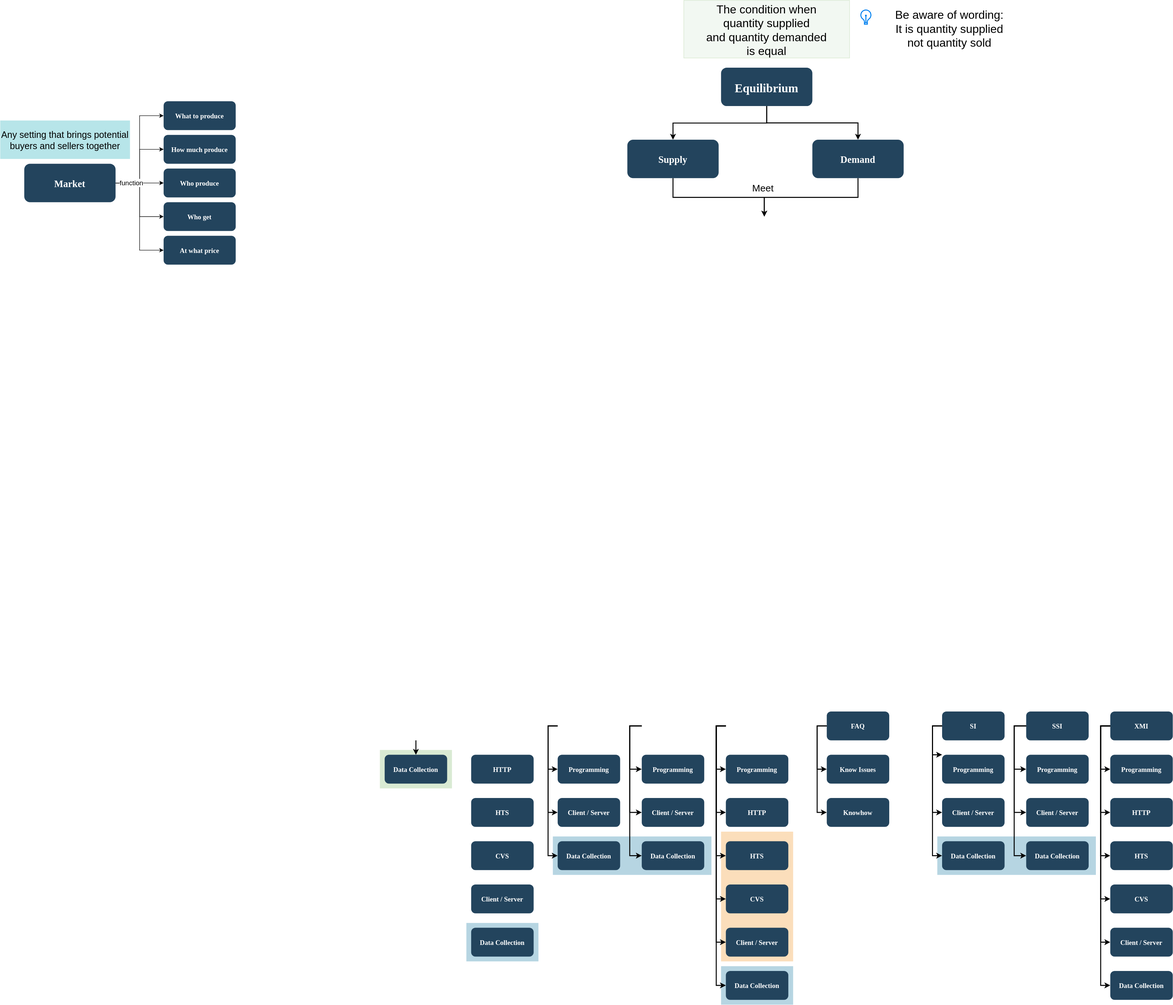
Before: Equilibrium.drawio.svg, a diagram exported from draw.io (Linglei1226/Data_Science). Source tidied: cells renumbered, new cells last; positions are measured from the earlier drawing's top-left corner, leaving out a move shared by most shapes.
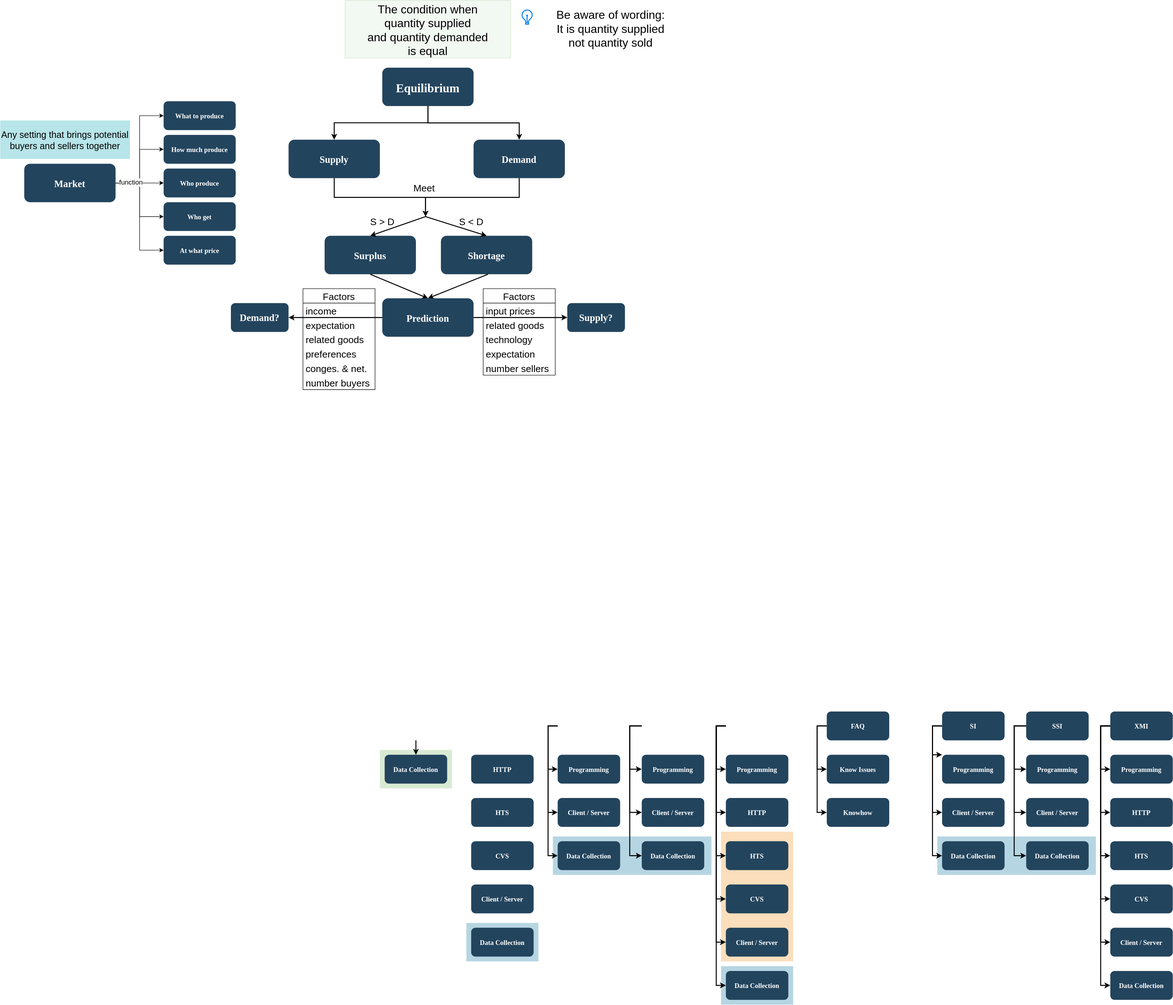
After the commit.

Diff of the diagram source:
```diff
@@ -3,7 +3,7 @@
     <mxCell id="0" />
     <mxCell id="1" parent="0" />
     <mxCell id="2" value="The condition when &#10;quantity supplied&#10;and quantity demanded &#10;is equal" style="fillColor=#d5e8d4;strokeColor=#82b366;opacity=30;fontSize=24;" parent="1" vertex="1">
-      <mxGeometry x="1422.5" width="345" height="120" as="geometry" />
+      <mxGeometry x="717.5" width="345" height="120" as="geometry" />
     </mxCell>
     <mxCell id="3" style="fillColor=#F2931E;strokeColor=none;opacity=30;" parent="1" vertex="1">
       <mxGeometry x="1500" y="1730" width="150" height="270" as="geometry" />
@@ -27,23 +27,23 @@
       <mxGeometry relative="1" as="geometry" />
     </mxCell>
     <mxCell id="10" value="Equilibrium" style="rounded=1;fillColor=#23445D;gradientColor=none;strokeColor=none;fontColor=#FFFFFF;fontStyle=1;fontFamily=Tahoma;fontSize=25;" parent="1" vertex="1">
-      <mxGeometry x="1500" y="140" width="190" height="80" as="geometry" />
+      <mxGeometry x="795" y="140" width="190" height="80" as="geometry" />
     </mxCell>
     <mxCell id="11" style="edgeStyle=orthogonalEdgeStyle;rounded=0;jettySize=auto;html=1;exitX=0.5;exitY=1;exitDx=0;exitDy=0;fontSize=20;strokeWidth=2;" parent="1" edge="1" source="12">
       <mxGeometry relative="1" as="geometry">
-        <mxPoint x="1590" y="450" as="targetPoint" />
+        <mxPoint x="885" y="450" as="targetPoint" />
       </mxGeometry>
     </mxCell>
     <mxCell id="12" value="Demand" style="rounded=1;fillColor=#23445D;gradientColor=none;strokeColor=none;fontColor=#FFFFFF;fontStyle=1;fontFamily=Tahoma;fontSize=20;" parent="1" vertex="1">
-      <mxGeometry x="1690" y="290" width="190" height="80" as="geometry" />
+      <mxGeometry x="985" y="290" width="190" height="80" as="geometry" />
     </mxCell>
     <mxCell id="13" style="edgeStyle=orthogonalEdgeStyle;rounded=0;jettySize=auto;html=1;exitX=0.5;exitY=1;exitDx=0;exitDy=0;fontSize=20;strokeWidth=2;" parent="1" edge="1" source="14">
       <mxGeometry relative="1" as="geometry">
-        <mxPoint x="1590" y="450" as="targetPoint" />
+        <mxPoint x="885" y="450" as="targetPoint" />
       </mxGeometry>
     </mxCell>
     <mxCell id="14" value="Supply" style="rounded=1;fillColor=#23445D;gradientColor=none;strokeColor=none;fontColor=#FFFFFF;fontStyle=1;fontFamily=Tahoma;fontSize=20;" parent="1" vertex="1">
-      <mxGeometry x="1305" y="290" width="190" height="80" as="geometry" />
+      <mxGeometry x="600" y="290" width="190" height="80" as="geometry" />
     </mxCell>
     <mxCell id="15" value="Data Collection" style="rounded=1;fillColor=#23445D;gradientColor=none;strokeColor=none;fontColor=#FFFFFF;fontStyle=1;fontFamily=Tahoma;fontSize=14;" parent="1" vertex="1">
       <mxGeometry x="800" y="1570" width="130" height="60" as="geometry" />
@@ -154,7 +154,7 @@
       <mxGeometry x="2310" y="2020" width="130" height="60" as="geometry" />
     </mxCell>
     <mxCell id="51" style="edgeStyle=elbowEdgeStyle;elbow=vertical;strokeWidth=2;rounded=0;" parent="1" edge="1" source="10" target="14">
-      <mxGeometry x="1210" y="240" as="geometry" />
+      <mxGeometry x="505" y="240" as="geometry" />
     </mxCell>
     <mxCell id="52" style="edgeStyle=elbowEdgeStyle;elbow=horizontal;strokeWidth=2;rounded=0;" parent="1" edge="1" target="21">
       <mxGeometry x="840" y="1220" as="geometry">
@@ -397,13 +397,97 @@
       <mxGeometry x="340" y="490" width="150" height="60" as="geometry" />
     </mxCell>
     <mxCell id="92" style="html=1;verticalLabelPosition=bottom;align=center;labelBackgroundColor=#ffffff;verticalAlign=top;strokeWidth=2;strokeColor=#0080F0;shadow=0;dashed=0;shape=mxgraph.ios7.icons.lightbulb;fontSize=24;" parent="1" vertex="1">
-      <mxGeometry x="1790" y="20" width="22.8" height="29.7" as="geometry" />
+      <mxGeometry x="1085" y="20" width="22.8" height="29.7" as="geometry" />
     </mxCell>
     <mxCell id="93" value="Be aware of wording:&lt;br&gt;It is quantity supplied &lt;br&gt;not quantity sold" style="text;html=1;align=center;verticalAlign=middle;strokeColor=none;fillColor=none;fontSize=24;" parent="1" vertex="1">
-      <mxGeometry x="1850" y="10" width="250" height="100" as="geometry" />
+      <mxGeometry x="1145" y="10" width="250" height="100" as="geometry" />
     </mxCell>
     <mxCell id="94" value="Meet" style="text;html=1;align=center;verticalAlign=middle;strokeColor=none;fillColor=none;fontSize=20;" parent="1" vertex="1">
-      <mxGeometry x="1552" y="370" width="70" height="40" as="geometry" />
+      <mxGeometry x="847" y="370" width="70" height="40" as="geometry" />
     </mxCell>
+    <mxCell id="95" value="Surplus" style="rounded=1;fillColor=#23445D;gradientColor=none;strokeColor=none;fontColor=#FFFFFF;fontStyle=1;fontFamily=Tahoma;fontSize=20;" parent="1" vertex="1">
+      <mxGeometry x="675" y="490" width="190" height="80" as="geometry" />
+    </mxCell>
+    <mxCell id="96" value="Shortage" style="rounded=1;fillColor=#23445D;gradientColor=none;strokeColor=none;fontColor=#FFFFFF;fontStyle=1;fontFamily=Tahoma;fontSize=20;" parent="1" vertex="1">
+      <mxGeometry x="917" y="490" width="190" height="80" as="geometry" />
+    </mxCell>
+    <mxCell id="97" style="endArrow=classic;html=1;rounded=0;strokeWidth=2;fontSize=20;entryX=0.5;entryY=0;entryDx=0;entryDy=0;" parent="1" edge="1" target="95">
+      <mxGeometry relative="1" as="geometry">
+        <mxPoint x="885" y="450" as="sourcePoint" />
+      </mxGeometry>
+    </mxCell>
+    <mxCell id="98" style="endArrow=classic;html=1;rounded=0;strokeWidth=2;fontSize=20;entryX=0.5;entryY=0;entryDx=0;entryDy=0;" parent="1" edge="1" target="96">
+      <mxGeometry relative="1" as="geometry">
+        <mxPoint x="885" y="450" as="sourcePoint" />
+      </mxGeometry>
+    </mxCell>
+    <mxCell id="99" value="S &amp;gt; D" style="text;html=1;align=center;verticalAlign=middle;strokeColor=none;fillColor=none;fontSize=20;" parent="1" vertex="1">
+      <mxGeometry x="760" y="440" width="70" height="40" as="geometry" />
+    </mxCell>
+    <mxCell id="100" value="S &amp;lt; D" style="text;html=1;align=center;verticalAlign=middle;strokeColor=none;fillColor=none;fontSize=20;" parent="1" vertex="1">
+      <mxGeometry x="945" y="440" width="70" height="40" as="geometry" />
+    </mxCell>
+    <mxCell id="101" style="endArrow=classic;html=1;rounded=0;strokeWidth=2;fontSize=20;exitX=0.5;exitY=1;exitDx=0;exitDy=0;entryX=0.5;entryY=0;entryDx=0;entryDy=0;" parent="1" edge="1" source="95" target="105">
+      <mxGeometry relative="1" as="geometry" />
+    </mxCell>
+    <mxCell id="102" style="endArrow=classic;html=1;rounded=0;strokeWidth=2;fontSize=20;exitX=0.5;exitY=1;exitDx=0;exitDy=0;entryX=0.5;entryY=0;entryDx=0;entryDy=0;" parent="1" edge="1" target="105">
+      <mxGeometry relative="1" as="geometry">
+        <mxPoint x="1015" y="570" as="sourcePoint" />
+      </mxGeometry>
+    </mxCell>
+    <mxCell id="103" style="edgeStyle=orthogonalEdgeStyle;rounded=0;jettySize=auto;html=1;strokeWidth=2;fontSize=20;" parent="1" edge="1" source="105" target="106">
+      <mxGeometry relative="1" as="geometry" />
+    </mxCell>
+    <mxCell id="104" style="edgeStyle=orthogonalEdgeStyle;rounded=0;jettySize=auto;html=1;strokeWidth=2;fontSize=20;" parent="1" edge="1" source="105" target="107">
+      <mxGeometry relative="1" as="geometry" />
+    </mxCell>
+    <mxCell id="105" value="Prediction" style="rounded=1;fillColor=#23445D;gradientColor=none;strokeColor=none;fontColor=#FFFFFF;fontStyle=1;fontFamily=Tahoma;fontSize=20;" parent="1" vertex="1">
+      <mxGeometry x="795" y="620" width="190" height="80" as="geometry" />
+    </mxCell>
+    <mxCell id="106" value="Supply?" style="whiteSpace=wrap;html=1;fontSize=20;fontFamily=Tahoma;fillColor=#23445D;strokeColor=none;fontColor=#FFFFFF;rounded=1;gradientColor=none;fontStyle=1;" parent="1" vertex="1">
+      <mxGeometry x="1180" y="630" width="120" height="60" as="geometry" />
+    </mxCell>
+    <mxCell id="107" value="Demand?" style="whiteSpace=wrap;html=1;fontSize=20;fontFamily=Tahoma;fillColor=#23445D;strokeColor=none;fontColor=#FFFFFF;rounded=1;gradientColor=none;fontStyle=1;" parent="1" vertex="1">
+      <mxGeometry x="480" y="630" width="120" height="60" as="geometry" />
+    </mxCell>
+    <mxCell id="108" value="Factors" style="swimlane;fontStyle=0;horizontal=1;startSize=30;fontSize=20;" parent="1" vertex="1">
+      <mxGeometry x="630" y="600" width="150" height="210" as="geometry" />
+    </mxCell>
+    <mxCell id="109" value="income" style="text;strokeColor=none;fillColor=none;align=left;verticalAlign=middle;spacingLeft=4;spacingRight=4;overflow=hidden;fontSize=20;" parent="108" vertex="1">
+      <mxGeometry y="30" width="150" height="30" as="geometry" />
+    </mxCell>
+    <mxCell id="110" value="expectation" style="text;strokeColor=none;fillColor=none;align=left;verticalAlign=middle;spacingLeft=4;spacingRight=4;overflow=hidden;fontSize=20;" parent="108" vertex="1">
+      <mxGeometry y="60" width="150" height="30" as="geometry" />
+    </mxCell>
+    <mxCell id="111" value="related goods" style="text;strokeColor=none;fillColor=none;align=left;verticalAlign=middle;spacingLeft=4;spacingRight=4;overflow=hidden;fontSize=20;" parent="108" vertex="1">
+      <mxGeometry y="90" width="150" height="30" as="geometry" />
+    </mxCell>
+    <mxCell id="112" value="preferences" style="text;strokeColor=none;fillColor=none;align=left;verticalAlign=middle;spacingLeft=4;spacingRight=4;overflow=hidden;fontSize=20;" parent="108" vertex="1">
+      <mxGeometry y="120" width="150" height="30" as="geometry" />
+    </mxCell>
+    <mxCell id="113" value="conges. &amp; net." style="text;strokeColor=none;fillColor=none;align=left;verticalAlign=middle;spacingLeft=4;spacingRight=4;overflow=hidden;fontSize=20;" parent="108" vertex="1">
+      <mxGeometry y="150" width="150" height="30" as="geometry" />
+    </mxCell>
+    <mxCell id="114" value="number buyers" style="text;strokeColor=none;fillColor=none;align=left;verticalAlign=middle;spacingLeft=4;spacingRight=4;overflow=hidden;fontSize=20;" parent="108" vertex="1">
+      <mxGeometry y="180" width="150" height="30" as="geometry" />
+    </mxCell>
+    <mxCell id="115" value="Factors" style="swimlane;fontStyle=0;horizontal=1;startSize=30;fontSize=20;" parent="1" vertex="1">
+      <mxGeometry x="1005" y="600" width="150" height="180" as="geometry" />
+    </mxCell>
+    <mxCell id="116" value="input prices" style="text;strokeColor=none;fillColor=none;align=left;verticalAlign=middle;spacingLeft=4;spacingRight=4;overflow=hidden;fontSize=20;" parent="115" vertex="1">
+      <mxGeometry y="30" width="150" height="30" as="geometry" />
+    </mxCell>
+    <mxCell id="117" value="related goods" style="text;strokeColor=none;fillColor=none;align=left;verticalAlign=middle;spacingLeft=4;spacingRight=4;overflow=hidden;fontSize=20;" parent="115" vertex="1">
+      <mxGeometry y="60" width="150" height="30" as="geometry" />
+    </mxCell>
+    <mxCell id="118" value="technology" style="text;strokeColor=none;fillColor=none;align=left;verticalAlign=middle;spacingLeft=4;spacingRight=4;overflow=hidden;fontSize=20;" parent="115" vertex="1">
+      <mxGeometry y="90" width="150" height="30" as="geometry" />
+    </mxCell>
+    <mxCell id="119" value="expectation" style="text;strokeColor=none;fillColor=none;align=left;verticalAlign=middle;spacingLeft=4;spacingRight=4;overflow=hidden;fontSize=20;" parent="115" vertex="1">
+      <mxGeometry y="120" width="150" height="30" as="geometry" />
+    </mxCell>
+    <mxCell id="120" value="number sellers" style="text;strokeColor=none;fillColor=none;align=left;verticalAlign=middle;spacingLeft=4;spacingRight=4;overflow=hidden;fontSize=20;" parent="115" vertex="1">
+      <mxGeometry y="150" width="150" height="30" as="geometry" />
+    </mxCell>
   </root>
 </mxGraphModel>
```
